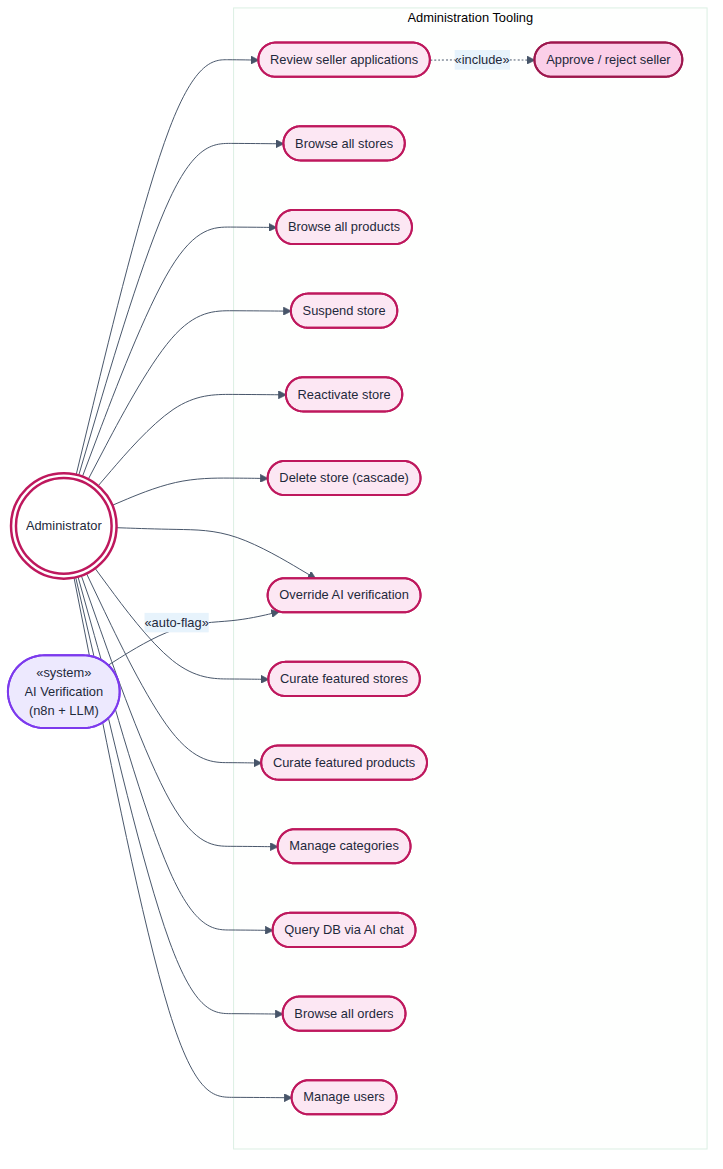
Earlier version of the PlantUML export diagrams/uc-admin.png (NadimJebali/Pfe-rapport). Its source is kept beside it as diagrams/uc-admin.puml. Its diagram source:
```plantuml
@startuml
!pragma layout smetana

skinparam defaultFontName Helvetica
skinparam defaultFontSize 12
skinparam backgroundColor #FFFFFF

skinparam actor {
  BackgroundColor #FFFFFF
  BorderColor #BE185D
  FontColor #1E293B
  FontStyle bold
}
skinparam usecase {
  BorderThickness 1.5
  FontColor #1E293B
}
skinparam rectangle {
  BackgroundColor #FFF0F6
  BorderColor #BE185D
  BorderThickness 2
  FontColor #BE185D
  FontStyle bold
}

left to right direction

actor Administrator #FFFFFF
actor "AI Verification\n(n8n + LLM)" as AI #EDE9FE

rectangle "Administration Tooling" {
  (Review seller applications) as UC1  #FCE7F3
  (Approve / reject seller)    as UC2  #FBCFE8
  (Browse all stores)          as UC3  #FCE7F3
  (Browse all products)        as UC4  #FCE7F3
  (Suspend store)              as UC5  #FCE7F3
  (Reactivate store)           as UC6  #FCE7F3
  (Delete store)               as UC7  #FCE7F3
  (Override AI verification)   as UC8  #FCE7F3
  (Curate featured stores)     as UC9  #FCE7F3
  (Curate featured products)   as UC10 #FCE7F3
  (Manage categories)          as UC11 #FCE7F3
  (Query DB via AI chat)       as UC12 #FCE7F3
}

Administrator --> UC1
Administrator --> UC3
Administrator --> UC4
Administrator --> UC5
Administrator --> UC6
Administrator --> UC7
Administrator --> UC8
Administrator --> UC9
Administrator --> UC10
Administrator --> UC11
Administrator --> UC12

AI --> UC8 : <<auto-flag>>

UC1 .> UC2 : <<include>>

@enduml
```
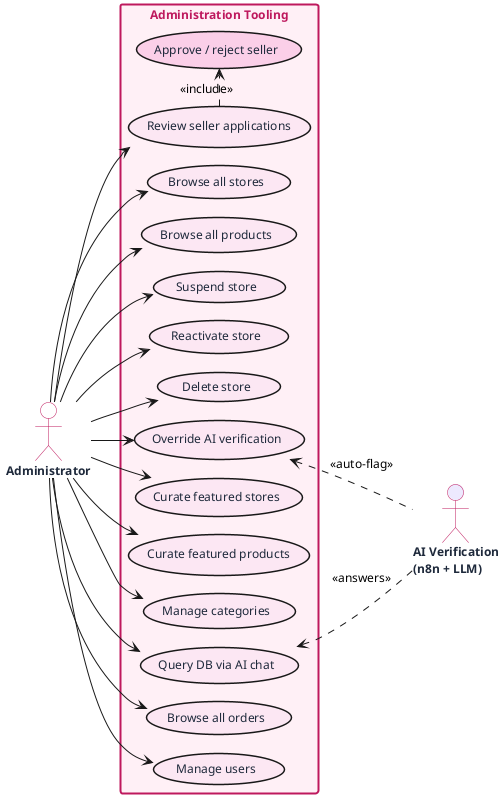
Later version of the same file.

Change to the diagram source:
```diff
@@ -1,4 +1,4 @@
-@startuml
+@startuml uc-admin
 !pragma layout smetana
 
 skinparam defaultFontName Helvetica
@@ -26,7 +26,6 @@
 left to right direction
 
 actor Administrator #FFFFFF
-actor "AI Verification\n(n8n + LLM)" as AI #EDE9FE
 
 rectangle "Administration Tooling" {
   (Review seller applications) as UC1  #FCE7F3
@@ -41,6 +40,8 @@
   (Curate featured products)   as UC10 #FCE7F3
   (Manage categories)          as UC11 #FCE7F3
   (Query DB via AI chat)       as UC12 #FCE7F3
+  (Browse all orders)          as UC13 #FCE7F3
+  (Manage users)               as UC14 #FCE7F3
 }
 
 Administrator --> UC1
@@ -54,8 +55,13 @@
 Administrator --> UC10
 Administrator --> UC11
 Administrator --> UC12
+Administrator --> UC13
+Administrator --> UC14
 
-AI --> UC8 : <<auto-flag>>
+actor "AI Verification\n(n8n + LLM)" as AI #EDE9FE
+
+UC8  <.. AI : <<auto-flag>>
+UC12 <.. AI : <<answers>>
 
 UC1 .> UC2 : <<include>>
 
```
